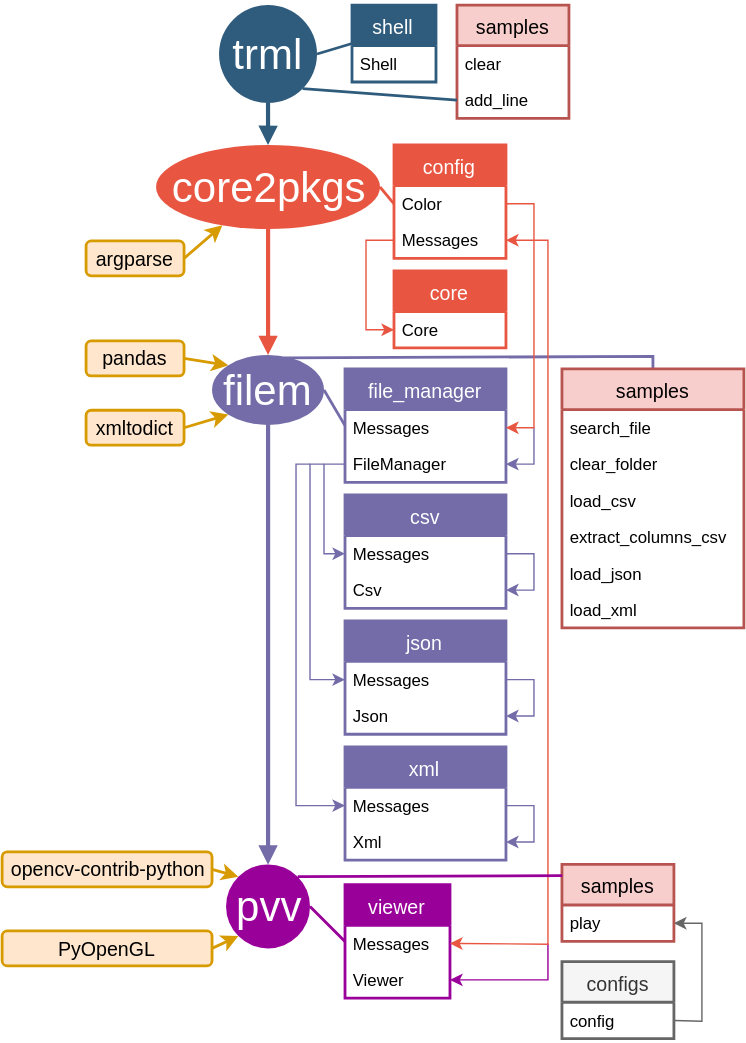
The draw.io diagram Package_tree.svg in DmitryRyumin/pkgs, before a commit. Source tidied: cells renumbered, new cells last; positions are measured from the earlier drawing's top-left corner, leaving out a move shared by most shapes.
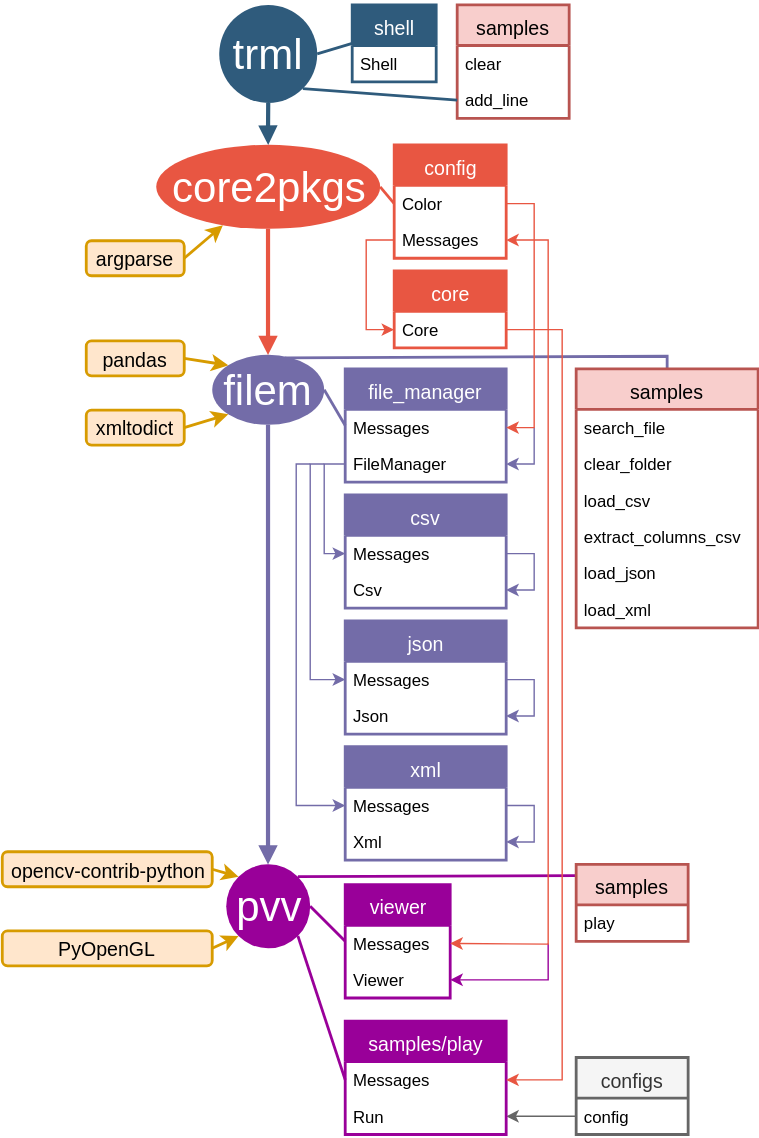
The same file after the commit.

Change to the diagram source:
```diff
@@ -2,10 +2,13 @@
   <root>
     <mxCell id="0" />
     <mxCell id="1" parent="0" />
+    <mxCell id="71" style="edgeStyle=none;endArrow=none;strokeWidth=2;strokeColor=#990099;html=1;entryX=1;entryY=0;entryDx=0;entryDy=0;exitX=0.003;exitY=0.146;exitDx=0;exitDy=0;rounded=1;exitPerimeter=0;" parent="1" edge="1" source="69" target="57">
+      <mxGeometry x="-579.5" y="19" as="geometry" />
+    </mxCell>
     <mxCell id="2" style="edgeStyle=none;endArrow=none;strokeWidth=2;strokeColor=#736CA8;html=1;entryX=0.5;entryY=0;entryDx=0;entryDy=0;rounded=0;exitX=0.647;exitY=0.043;exitDx=0;exitDy=0;exitPerimeter=0;" parent="1" edge="1" source="22" target="47">
       <mxGeometry x="-624.5" y="-85" as="geometry">
         <Array as="points">
-          <mxPoint x="465" y="251" />
+          <mxPoint x="475" y="251" />
         </Array>
       </mxGeometry>
     </mxCell>
@@ -195,7 +198,7 @@
       </mxGeometry>
     </mxCell>
     <mxCell id="47" value="samples" style="swimlane;fontStyle=0;horizontal=1;startSize=29;fillColor=#f8cecc;swimlaneFillColor=#ffffff;align=center;fontSize=14;rounded=0;shadow=0;strokeWidth=2;spacing=2;spacingTop=0;strokeColor=#B85450;swimlaneLine=1;html=1;overflow=visible;" parent="1" vertex="1">
-      <mxGeometry x="400" y="260" width="130" height="185" as="geometry" />
+      <mxGeometry x="410" y="260" width="130" height="185" as="geometry" />
     </mxCell>
     <mxCell id="48" value="search_file" style="text;spacingLeft=4;spacingRight=4;overflow=hidden;fontSize=12;perimeterSpacing=0;" parent="47" vertex="1">
       <mxGeometry y="29" width="130" height="26" as="geometry" />
@@ -278,27 +281,39 @@
       </mxGeometry>
     </mxCell>
     <mxCell id="69" value="samples" style="swimlane;fontStyle=0;horizontal=1;startSize=29;fillColor=#f8cecc;swimlaneFillColor=#ffffff;align=center;fontSize=14;rounded=0;shadow=0;strokeWidth=2;spacing=2;spacingTop=0;strokeColor=#B85450;swimlaneLine=1;html=1;overflow=visible;" parent="1" vertex="1">
-      <mxGeometry x="400" y="614" width="80" height="55" as="geometry" />
+      <mxGeometry x="410" y="614" width="80" height="55" as="geometry" />
     </mxCell>
     <mxCell id="70" value="play" style="text;spacingLeft=4;spacingRight=4;overflow=hidden;points=[[0,0.5],[1,0.5]];portConstraint=eastwest;fontSize=12;perimeterSpacing=0;" parent="69" vertex="1">
       <mxGeometry y="29" width="80" height="26" as="geometry" />
     </mxCell>
-    <mxCell id="71" style="edgeStyle=none;endArrow=none;strokeWidth=2;strokeColor=#990099;html=1;entryX=1;entryY=0;entryDx=0;entryDy=0;exitX=0.003;exitY=0.146;exitDx=0;exitDy=0;rounded=1;exitPerimeter=0;" parent="1" edge="1" source="69" target="57">
-      <mxGeometry x="-579.5" y="19" as="geometry" />
-    </mxCell>
     <mxCell id="72" value="configs" style="swimlane;fontStyle=0;horizontal=1;startSize=29;fillColor=#f5f5f5;swimlaneFillColor=#ffffff;align=center;fontSize=14;rounded=0;shadow=0;strokeWidth=2;spacing=2;spacingTop=0;strokeColor=#666666;swimlaneLine=1;html=1;overflow=visible;fontColor=#333333;" parent="1" vertex="1">
-      <mxGeometry x="400" y="683.5" width="80" height="55" as="geometry" />
+      <mxGeometry x="410" y="752" width="80" height="55" as="geometry" />
     </mxCell>
     <mxCell id="73" value="config" style="text;spacingLeft=4;spacingRight=4;overflow=hidden;points=[[0,0.5],[1,0.5]];portConstraint=eastwest;fontSize=12;perimeterSpacing=0;" parent="72" vertex="1">
       <mxGeometry y="29" width="80" height="26" as="geometry" />
     </mxCell>
-    <mxCell id="74" style="edgeStyle=none;endArrow=classic;strokeWidth=1;strokeColor=#666666;html=1;entryX=1;entryY=0.5;entryDx=0;entryDy=0;rounded=0;endFill=1;exitX=1;exitY=0.5;exitDx=0;exitDy=0;" parent="1" edge="1" source="73" target="70">
-      <mxGeometry x="-4494.5" y="-975" as="geometry">
-        <Array as="points">
-          <mxPoint x="500" y="726" />
-          <mxPoint x="500" y="656" />
-        </Array>
-      </mxGeometry>
+    <mxCell id="74" style="edgeStyle=none;endArrow=classic;strokeWidth=1;strokeColor=#666666;html=1;rounded=0;endFill=1;exitX=0;exitY=0.5;exitDx=0;exitDy=0;entryX=1;entryY=0.5;entryDx=0;entryDy=0;" parent="1" edge="1" source="73" target="77">
+      <mxGeometry x="-4494.5" y="-975" as="geometry" />
     </mxCell>
+    <mxCell id="75" value="samples/play" style="swimlane;fontStyle=0;horizontal=1;startSize=29;fillColor=#990099;swimlaneFillColor=#ffffff;align=center;fontSize=14;rounded=0;shadow=0;strokeWidth=2;fontColor=#FFFFFF;spacing=2;spacingTop=0;strokeColor=#990099;swimlaneLine=1;html=1;overflow=visible;" parent="1" vertex="1">
+      <mxGeometry x="245" y="726" width="115" height="81" as="geometry" />
+    </mxCell>
+    <mxCell id="76" value="Messages" style="text;spacingLeft=4;spacingRight=4;overflow=hidden;points=[[0,0.5],[1,0.5]];portConstraint=eastwest;fontSize=12;perimeterSpacing=0;" parent="75" vertex="1">
+      <mxGeometry y="29" width="115" height="26" as="geometry" />
+    </mxCell>
+    <mxCell id="77" value="Run" style="text;spacingLeft=4;spacingRight=4;overflow=hidden;points=[[0,0.5],[1,0.5]];portConstraint=eastwest;fontSize=12;perimeterSpacing=0;" parent="75" vertex="1">
+      <mxGeometry y="55" width="115" height="26" as="geometry" />
+    </mxCell>
+    <mxCell id="78" style="edgeStyle=none;endArrow=none;strokeWidth=2;strokeColor=#990099;html=1;entryX=1;entryY=1;entryDx=0;entryDy=0;exitX=0;exitY=0.5;exitDx=0;exitDy=0;rounded=1;" parent="1" edge="1" source="76" target="57">
+      <mxGeometry x="-579.5" y="19" as="geometry" />
+    </mxCell>
+    <mxCell id="79" style="edgeStyle=none;endArrow=classic;strokeWidth=1;strokeColor=#E85642;html=1;rounded=0;endFill=1;entryX=1;entryY=0.5;entryDx=0;entryDy=0;exitX=1;exitY=0.5;exitDx=0;exitDy=0;" parent="1" edge="1" source="16" target="76">
+      <mxGeometry x="-3139.5" y="-345.5" as="geometry">
+        <Array as="points">
+          <mxPoint x="400" y="232" />
+          <mxPoint x="400" y="768" />
+        </Array>
+      </mxGeometry>
+    </mxCell>
   </root>
 </mxGraphModel>
```
